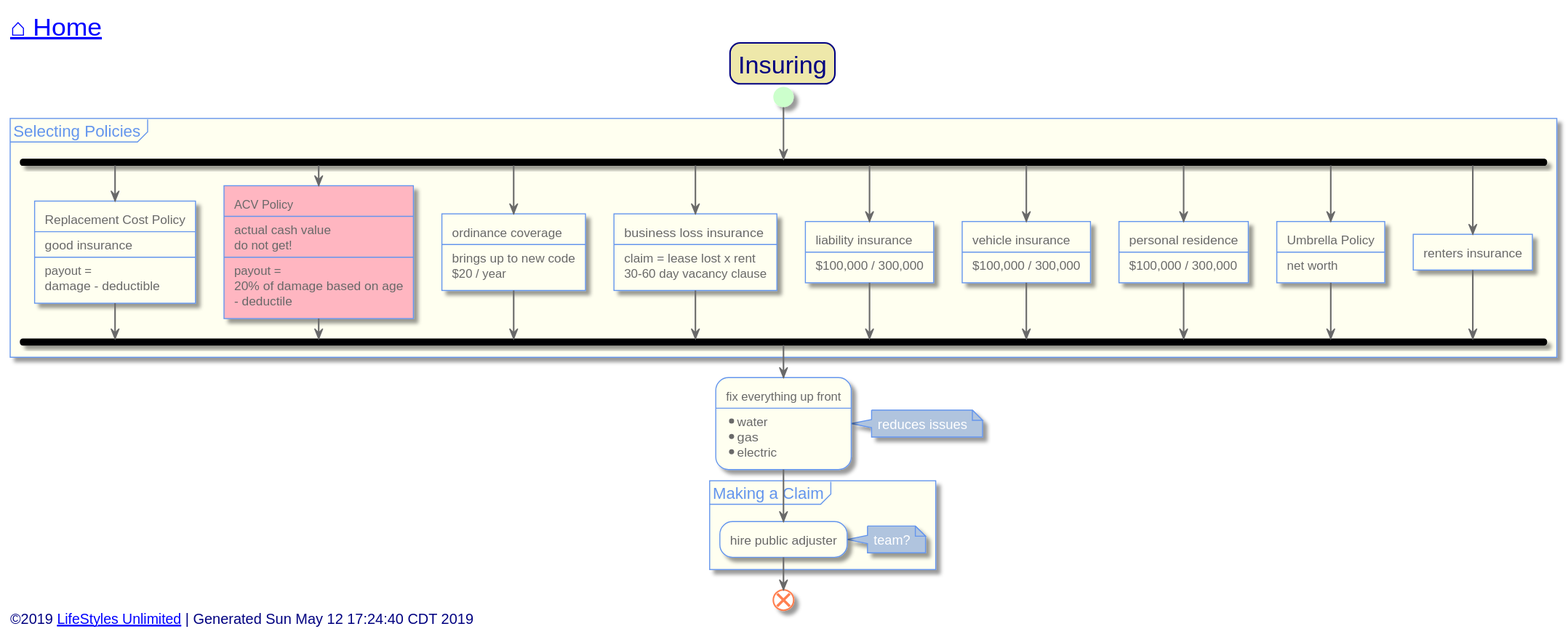
This is out/src/unlimited-lifestyle/insuring.svg from toddmo/lifestylesunlimited, a PlantUML export, as it was before one commit.
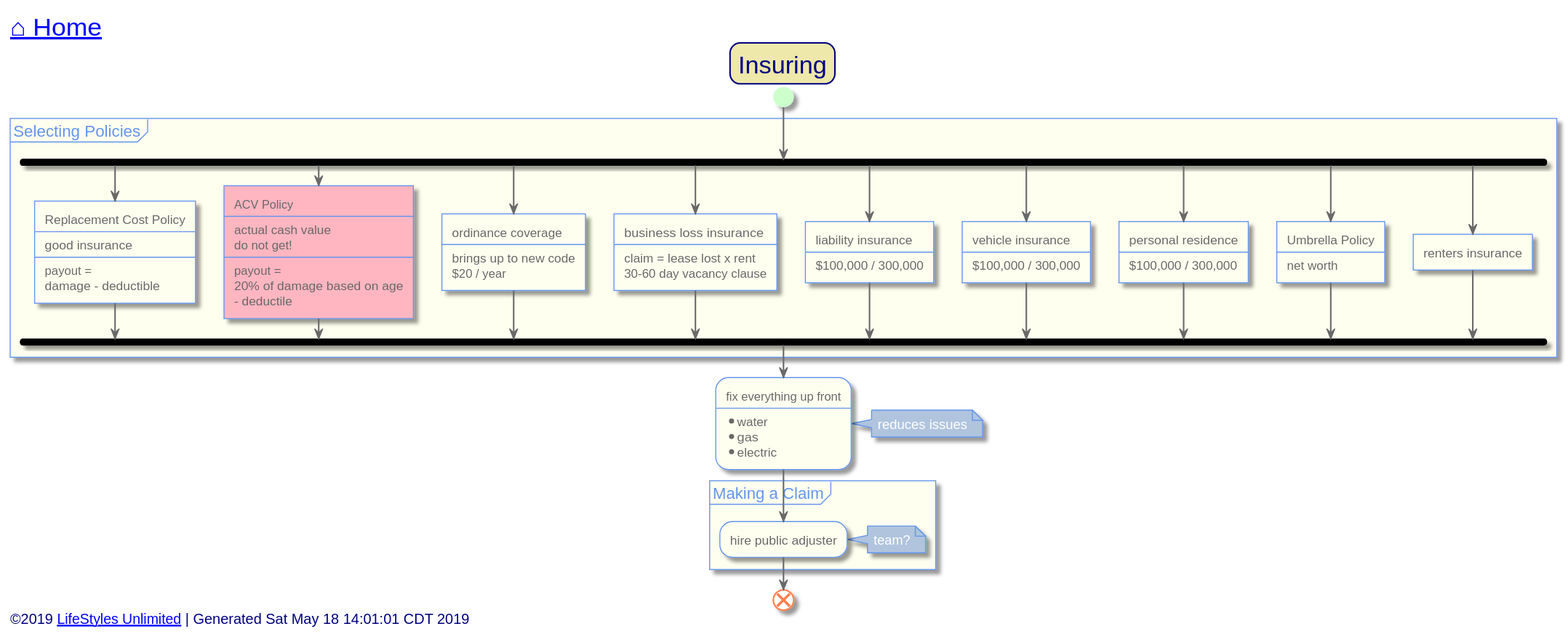
Above is the later version.

The edit, as a diff of the source:
```diff
@@ -151,7 +151,7 @@
 
 
 left footer
-	<font size=14>©2019 [[http://www.lifestylesunlimited.com LifeStyles Unlimited]] | Generated Sun May 12 17:24:40 CDT 2019</font>
+	<font size=14>©2019 [[http://www.lifestylesunlimited.com LifeStyles Unlimited]] | Generated Sat May 18 14:01:01 CDT 2019</font>
 endfooter
 
 
```
